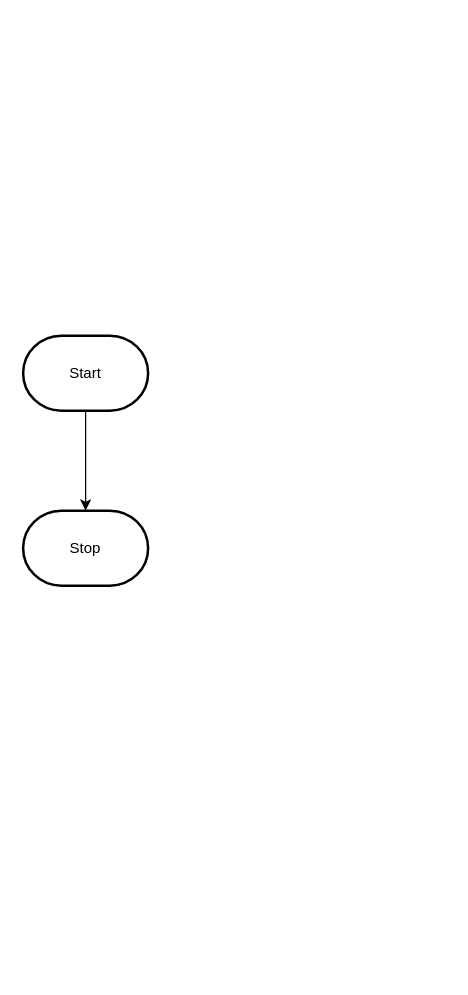
This is design/flowchart.drawio from MTHS-ICD2O-1-2023/ICD2O-Unit-5-06-manya-feng, a draw.io file, before an edit. Source tidied: cells renumbered, new cells numbered last; positions are measured from the earlier drawing's top-left corner, leaving out a move shared by most shapes. Both pictures are drawn from the tidied source at 125%, with x=0, y=0 at pixel (22, 335).
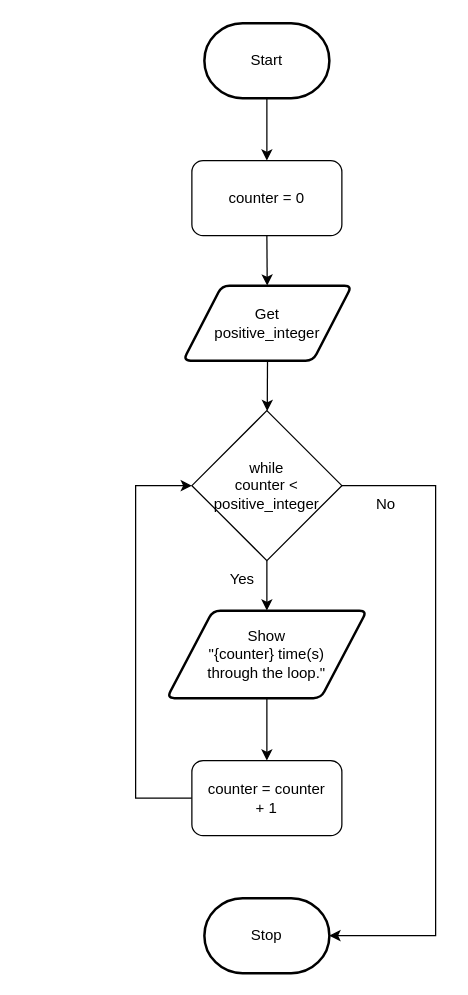
After the change.

What changed in the source:
```diff
@@
-    <mxCell id="2" style="edgeStyle=orthogonalEdgeStyle;html=1;rounded=0;" parent="1" edge="1" source="3" target="4">
-      <mxGeometry relative="1" as="geometry" />
-    </mxCell>
+    <mxCell id="5" style="edgeStyle=none;html=1;exitX=0.5;exitY=1;exitDx=0;exitDy=0;exitPerimeter=0;" parent="1" edge="1" source="3" target="2">
+      <mxGeometry relative="1" as="geometry" />
+    </mxCell>
     <mxCell id="3" value="Start" style="strokeWidth=2;html=1;shape=mxgraph.flowchart.terminator;whiteSpace=wrap;" parent="1" vertex="1">
-      <mxGeometry width="100" height="60" as="geometry" />
+      <mxGeometry x="145" y="-250" width="100" height="60" as="geometry" />
     </mxCell>
     <mxCell id="4" value="Stop" style="strokeWidth=2;html=1;shape=mxgraph.flowchart.terminator;whiteSpace=wrap;" parent="1" vertex="1">
-      <mxGeometry y="140" width="100" height="60" as="geometry" />
+      <mxGeometry x="145" y="450" width="100" height="60" as="geometry" />
     </mxCell>
+    <mxCell id="6" style="edgeStyle=none;html=1;exitX=0.5;exitY=1;exitDx=0;exitDy=0;" parent="1" edge="1" source="2" target="8">
+      <mxGeometry relative="1" as="geometry" />
+    </mxCell>
+    <mxCell id="2" value="counter = 0" style="rounded=1;whiteSpace=wrap;html=1;" parent="1" vertex="1">
+      <mxGeometry x="135" y="-140" width="120" height="60" as="geometry" />
+    </mxCell>
+    <mxCell id="7" style="edgeStyle=none;html=1;exitX=0.5;exitY=1;exitDx=0;exitDy=0;" parent="1" edge="1" source="8" target="11">
+      <mxGeometry relative="1" as="geometry" />
+    </mxCell>
+    <mxCell id="8" value="Get&lt;br&gt;positive_integer" style="shape=parallelogram;html=1;strokeWidth=2;perimeter=parallelogramPerimeter;whiteSpace=wrap;rounded=1;arcSize=12;size=0.23;" parent="1" vertex="1">
+      <mxGeometry x="128" y="-40" width="135" height="60" as="geometry" />
+    </mxCell>
+    <mxCell id="9" style="edgeStyle=none;html=1;exitX=0.5;exitY=1;exitDx=0;exitDy=0;entryX=0.5;entryY=0;entryDx=0;entryDy=0;" parent="1" edge="1" source="11" target="13">
+      <mxGeometry relative="1" as="geometry" />
+    </mxCell>
+    <mxCell id="10" style="edgeStyle=none;rounded=0;html=1;exitX=1;exitY=0.5;exitDx=0;exitDy=0;entryX=1;entryY=0.5;entryDx=0;entryDy=0;entryPerimeter=0;" parent="1" edge="1" source="11" target="4">
+      <mxGeometry relative="1" as="geometry">
+        <Array as="points">
+          <mxPoint x="330" y="120" />
+          <mxPoint x="330" y="480" />
+        </Array>
+      </mxGeometry>
+    </mxCell>
+    <mxCell id="11" value="while&lt;br&gt;counter &amp;lt; positive_integer" style="rhombus;whiteSpace=wrap;html=1;" parent="1" vertex="1">
+      <mxGeometry x="135" y="60" width="120" height="120" as="geometry" />
+    </mxCell>
+    <mxCell id="12" style="edgeStyle=none;html=1;exitX=0.5;exitY=1;exitDx=0;exitDy=0;entryX=0.5;entryY=0;entryDx=0;entryDy=0;" parent="1" edge="1" source="13" target="15">
+      <mxGeometry relative="1" as="geometry" />
+    </mxCell>
+    <mxCell id="13" value="Show&lt;br&gt;&quot;{counter} time(s)&lt;br&gt;through the loop.&quot;" style="shape=parallelogram;html=1;strokeWidth=2;perimeter=parallelogramPerimeter;whiteSpace=wrap;rounded=1;arcSize=12;size=0.23;" parent="1" vertex="1">
+      <mxGeometry x="115" y="220" width="160" height="70" as="geometry" />
+    </mxCell>
+    <mxCell id="14" style="html=1;exitX=0;exitY=0.5;exitDx=0;exitDy=0;entryX=0;entryY=0.5;entryDx=0;entryDy=0;rounded=0;" parent="1" edge="1" source="15" target="11">
+      <mxGeometry relative="1" as="geometry">
+        <Array as="points">
+          <mxPoint x="90" y="370" />
+          <mxPoint x="90" y="120" />
+        </Array>
+      </mxGeometry>
+    </mxCell>
+    <mxCell id="15" value="counter = counter&lt;br&gt;+ 1" style="rounded=1;whiteSpace=wrap;html=1;" parent="1" vertex="1">
+      <mxGeometry x="135" y="340" width="120" height="60" as="geometry" />
+    </mxCell>
+    <mxCell id="16" value="Yes" style="text;html=1;align=center;verticalAlign=middle;strokeColor=none;fillColor=none;" parent="1" vertex="1">
+      <mxGeometry x="155" y="180" width="40" height="30" as="geometry" />
+    </mxCell>
+    <mxCell id="17" value="No" style="text;html=1;align=center;verticalAlign=middle;strokeColor=none;fillColor=none;" parent="1" vertex="1">
+      <mxGeometry x="270" y="120" width="40" height="30" as="geometry" />
+    </mxCell>
```
